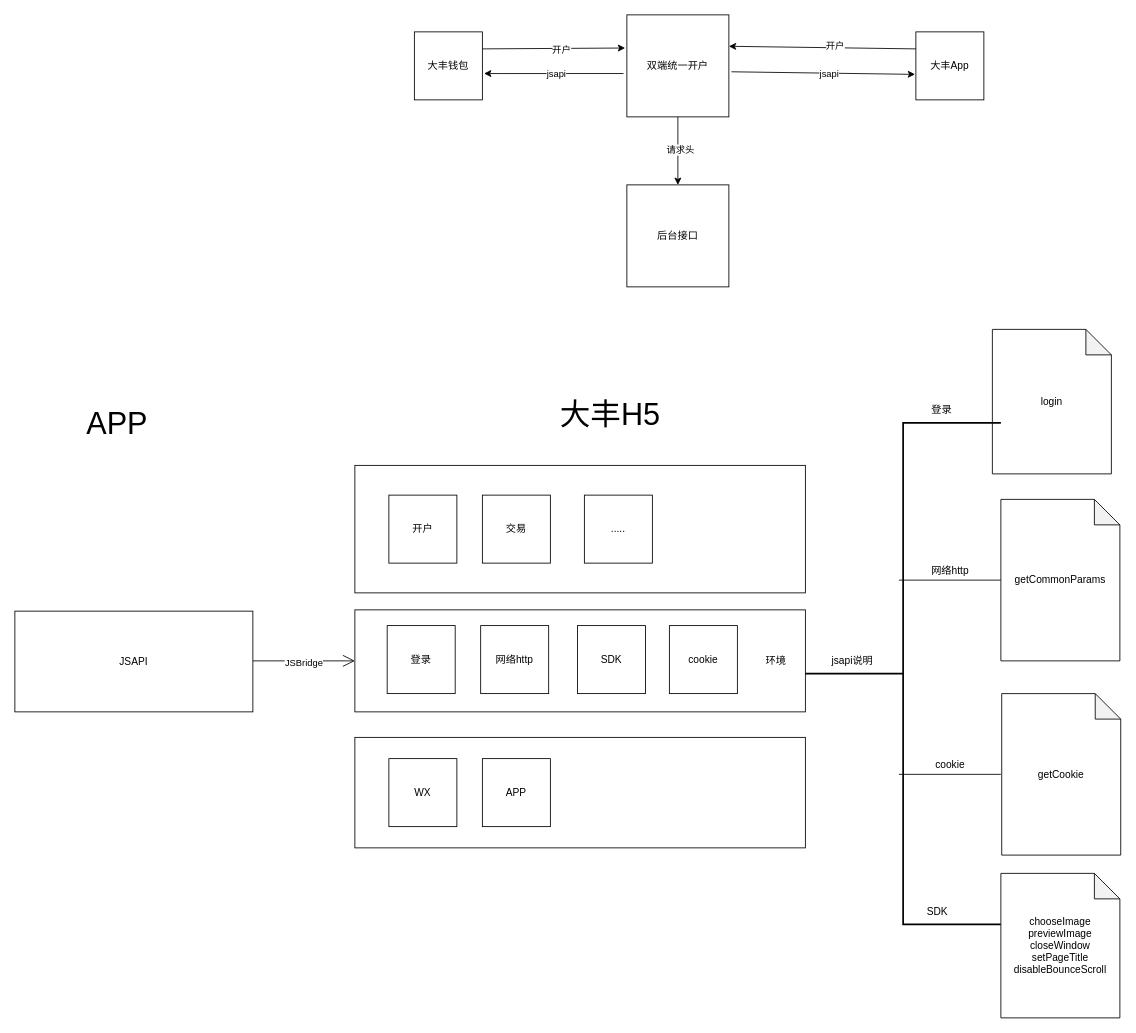
Above: page "第 1 页" (1 of 3) of 未命名绘图.drawio in ios2014/ios-- (draw.io), before the change. Source tidied: cells renumbered, new cells numbered last; positions are measured from the earlier drawing's top-left corner, leaving out a move shared by most shapes. Both pictures are drawn from the tidied source at 85%, with x=0, y=0 at pixel (14, 14).
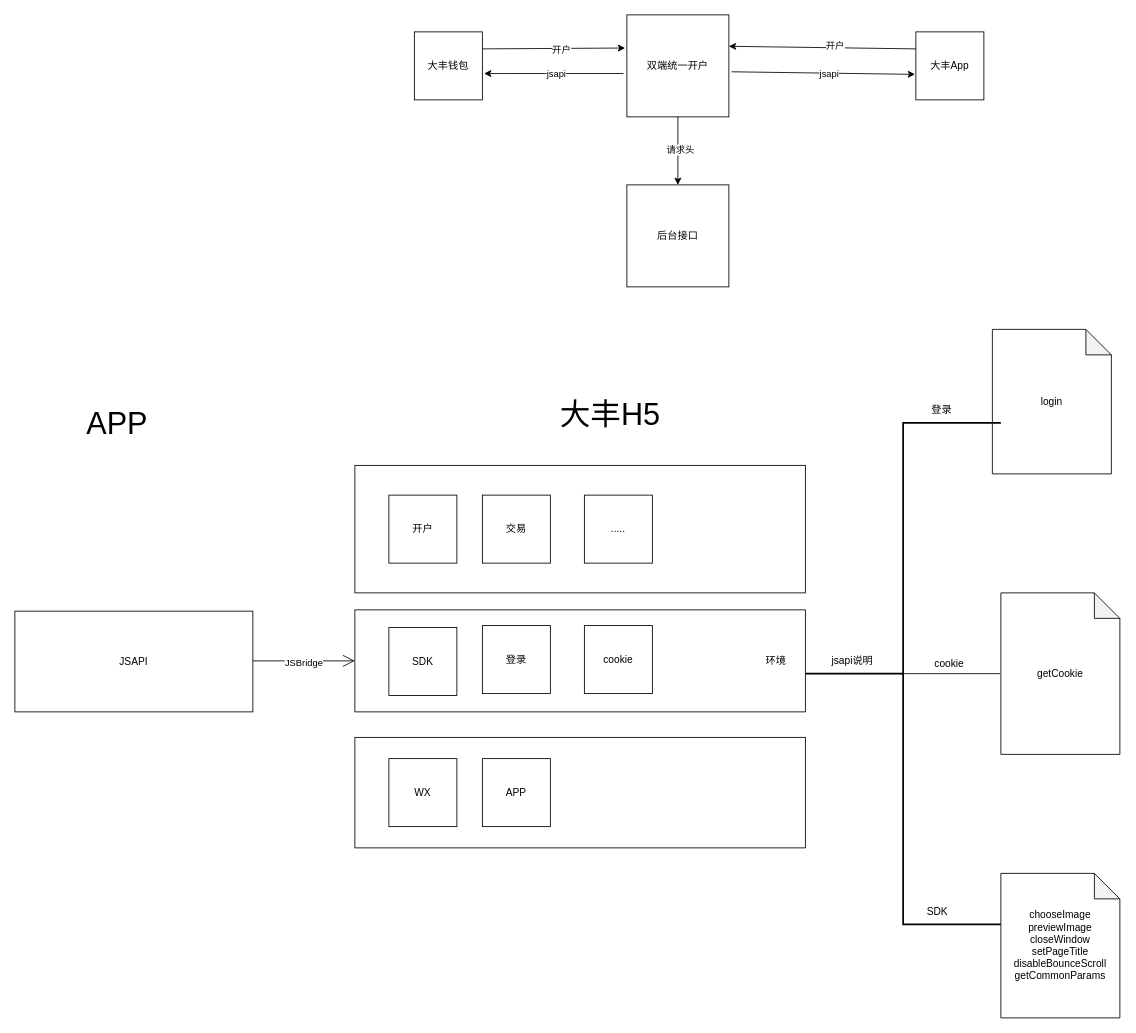
The same page after the edit.

The edit, as a diff of the source:
```diff
@@
     <mxCell id="21" value="登录" style="whiteSpace=wrap;html=1;" parent="1" vertex="1">
-      <mxGeometry x="438" y="718.5" width="80" height="80" as="geometry" />
+      <mxGeometry x="550" y="718.5" width="80" height="80" as="geometry" />
     </mxCell>
-    <mxCell id="22" value="网络http" style="whiteSpace=wrap;html=1;" parent="1" vertex="1">
-      <mxGeometry x="548" y="718.5" width="80" height="80" as="geometry" />
-    </mxCell>
     <mxCell id="23" value="SDK" style="whiteSpace=wrap;html=1;" parent="1" vertex="1">
-      <mxGeometry x="662" y="718.5" width="80" height="80" as="geometry" />
+      <mxGeometry x="440" y="720.8" width="80" height="80" as="geometry" />
     </mxCell>
@@
-    <mxCell id="30" style="line;strokeWidth=1;fillColor=none;align=left;verticalAlign=middle;spacingTop=-1;spacingLeft=3;spacingRight=3;labelPosition=right;strokeColor=inherit;" parent="1" vertex="1">
-      <mxGeometry x="1040" y="661" width="120" height="8" as="geometry" />
-    </mxCell>
-    <mxCell id="31" value="getCommonParams" style="shape=note;whiteSpace=wrap;html=1;backgroundOutline=1;darkOpacity=0.05;" parent="1" vertex="1">
-      <mxGeometry x="1160" y="570" width="140" height="190" as="geometry" />
-    </mxCell>
-    <mxCell id="32" value="chooseImage&lt;br&gt;previewImage&lt;br&gt;closeWindow&lt;br&gt;setPageTitle&lt;br&gt;disableBounceScroll" style="shape=note;whiteSpace=wrap;html=1;backgroundOutline=1;darkOpacity=0.05;" parent="1" vertex="1">
+    <mxCell id="32" value="chooseImage&lt;br&gt;previewImage&lt;br&gt;closeWindow&lt;br&gt;setPageTitle&lt;br&gt;disableBounceScroll&lt;br&gt;getCommonParams" style="shape=note;whiteSpace=wrap;html=1;backgroundOutline=1;darkOpacity=0.05;" parent="1" vertex="1">
       <mxGeometry x="1160" y="1010" width="140" height="170" as="geometry" />
     </mxCell>
@@
-    <mxCell id="35" value="网络http" style="text;html=1;align=center;verticalAlign=middle;strokeColor=none;fillColor=none;" parent="1" vertex="1">
-      <mxGeometry x="1065" y="639" width="70" height="30" as="geometry" />
-    </mxCell>
@@
-    <mxCell id="42" value="cookie" style="whiteSpace=wrap;html=1;" parent="1" vertex="1">
-      <mxGeometry x="770" y="718.5" width="80" height="80" as="geometry" />
-    </mxCell>
     <mxCell id="43" style="line;strokeWidth=1;fillColor=none;align=left;verticalAlign=middle;spacingTop=-1;spacingLeft=3;spacingRight=3;labelPosition=right;strokeColor=inherit;" parent="1" vertex="1">
-      <mxGeometry x="1040" y="889.5" width="120" height="8" as="geometry" />
+      <mxGeometry x="1039" y="771" width="120" height="8" as="geometry" />
     </mxCell>
     <mxCell id="44" value="getCookie" style="shape=note;whiteSpace=wrap;html=1;backgroundOutline=1;darkOpacity=0.05;" parent="1" vertex="1">
-      <mxGeometry x="1161" y="798.5" width="140" height="190" as="geometry" />
+      <mxGeometry x="1160" y="680" width="140" height="190" as="geometry" />
     </mxCell>
     <mxCell id="45" value="cookie" style="text;html=1;align=center;verticalAlign=middle;strokeColor=none;fillColor=none;" parent="1" vertex="1">
-      <mxGeometry x="1060" y="867.5" width="80" height="30" as="geometry" />
+      <mxGeometry x="1059" y="749" width="80" height="30" as="geometry" />
     </mxCell>
+    <mxCell id="42" value="cookie" style="whiteSpace=wrap;html=1;" parent="1" vertex="1">
+      <mxGeometry x="670" y="718.5" width="80" height="80" as="geometry" />
+    </mxCell>
```
